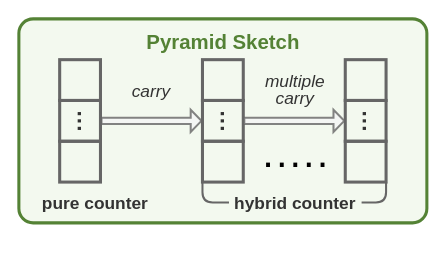
The draw.io diagram page "PCM结构" (4 of 5) of TransformerSketch.drawio in sql0316/hello-world, before the edit. Source tidied: cells renumbered, new cells numbered last; positions are measured from the earlier drawing's top-left corner, leaving out a move shared by most shapes. Both pictures are drawn from the tidied source at 102%, with x=0, y=0 at pixel (18, 18).
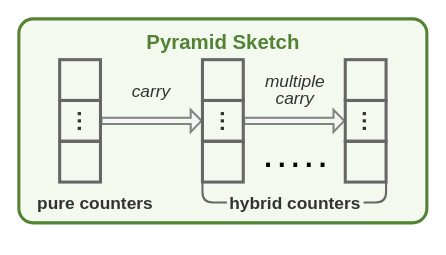
The same diagram, later.

The edit, as a diff of the source:
```diff
@@
-    <mxCell id="18" value="&lt;p style=&quot;line-height: 100%;&quot;&gt;&lt;font style=&quot;&quot;&gt;&lt;font style=&quot;font-size: 17px;&quot;&gt;&lt;b&gt;pure counter&lt;/b&gt;&lt;/font&gt;&lt;br style=&quot;font-size: 22px;&quot;&gt;&lt;/font&gt;&lt;/p&gt;" style="rounded=1;whiteSpace=wrap;html=1;fillColor=none;fontFamily=Helvetica;strokeWidth=2;fontSize=22;strokeColor=none;fillStyle=zigzag-line;fontColor=#333333;" parent="1" vertex="1">
-      <mxGeometry x="20" y="160" width="110" height="40" as="geometry" />
+    <mxCell id="18" value="&lt;p style=&quot;line-height: 100%;&quot;&gt;&lt;font style=&quot;&quot;&gt;&lt;font style=&quot;font-size: 17px;&quot;&gt;&lt;b&gt;pure counters&lt;/b&gt;&lt;/font&gt;&lt;br style=&quot;font-size: 22px;&quot;&gt;&lt;/font&gt;&lt;/p&gt;" style="rounded=1;whiteSpace=wrap;html=1;fillColor=none;fontFamily=Helvetica;strokeWidth=2;fontSize=22;strokeColor=none;fillStyle=zigzag-line;fontColor=#333333;" parent="1" vertex="1">
+      <mxGeometry x="15" y="160" width="120" height="40" as="geometry" />
     </mxCell>
@@
-    <mxCell id="20" value="&lt;p style=&quot;line-height: 100%;&quot;&gt;&lt;font style=&quot;&quot;&gt;&lt;font style=&quot;font-size: 17px;&quot;&gt;&lt;b&gt;hybrid counter&lt;/b&gt;&lt;/font&gt;&lt;br style=&quot;font-size: 22px;&quot;&gt;&lt;/font&gt;&lt;/p&gt;" style="rounded=1;whiteSpace=wrap;html=1;fillColor=none;fontFamily=Helvetica;strokeWidth=2;fontSize=22;strokeColor=none;fillStyle=zigzag-line;fontColor=#333333;" parent="1" vertex="1">
-      <mxGeometry x="206" y="160" width="130" height="40" as="geometry" />
+    <mxCell id="20" value="&lt;p style=&quot;line-height: 100%;&quot;&gt;&lt;font style=&quot;&quot;&gt;&lt;font style=&quot;font-size: 17px;&quot;&gt;&lt;b&gt;hybrid counters&lt;/b&gt;&lt;/font&gt;&lt;br style=&quot;font-size: 22px;&quot;&gt;&lt;/font&gt;&lt;/p&gt;" style="rounded=1;whiteSpace=wrap;html=1;fillColor=none;fontFamily=Helvetica;strokeWidth=2;fontSize=22;strokeColor=none;fillStyle=zigzag-line;fontColor=#333333;" parent="1" vertex="1">
+      <mxGeometry x="204" y="160" width="134" height="40" as="geometry" />
     </mxCell>
```
